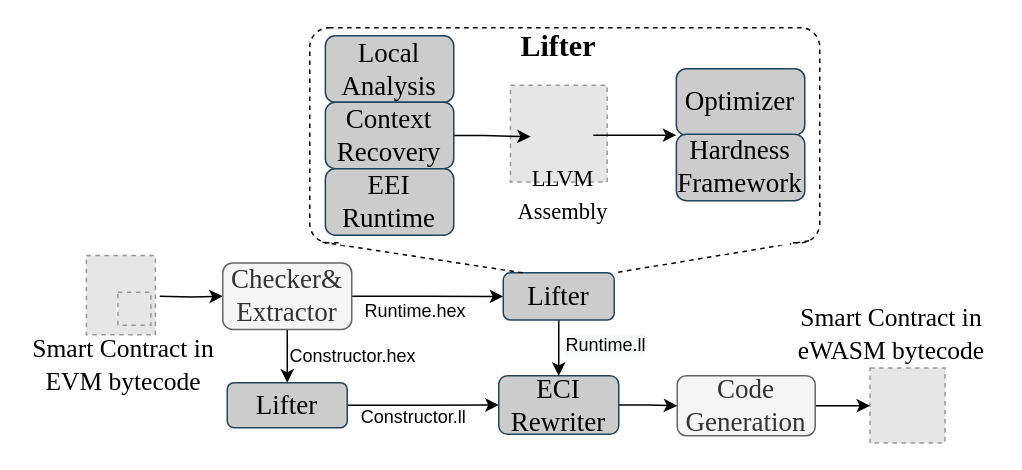
The draw.io diagram page "Copy of overlook" (2 of 13) of Untitled Diagram.drawio in Kenun99/drawio.repo, before the edit. Source tidied: cells renumbered, new cells numbered last; positions are measured from the earlier drawing's top-left corner, leaving out a move shared by most shapes. Both pictures are drawn from the tidied source at 150%, with x=0, y=0 at pixel (26, 27). Pictures stored in the file or linked from it are replaced by grey dashed boxes.
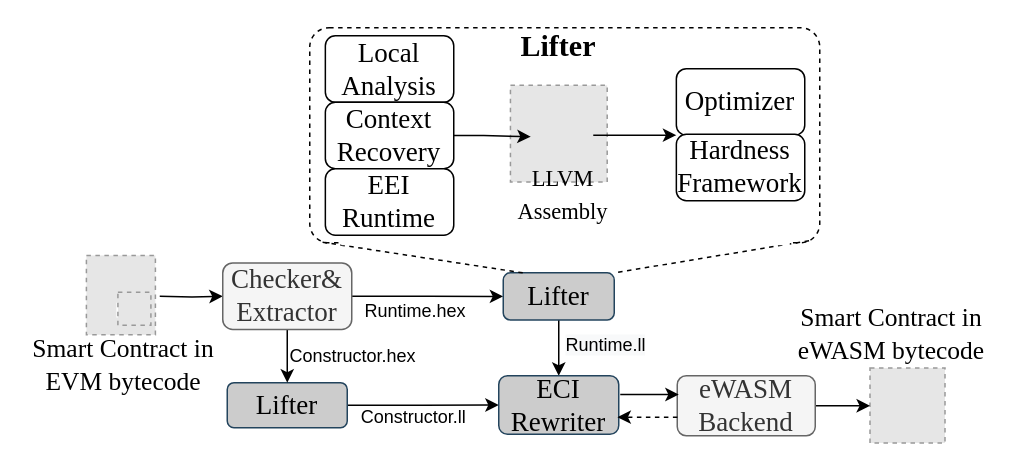
The same diagram, later.

The change refers to these unchanged cells:
```xml
<mxCell id="21" value="ECI Rewriter" style="rounded=1;whiteSpace=wrap;html=1;labelBackgroundColor=none;fontFamily=Times New Roman;fontSize=18;strokeColor=#23445d;strokeWidth=1;fillColor=#CCCCCC;fontStyle=0;" parent="1" vertex="1">
  <mxGeometry x="315" y="232" width="80" height="39" as="geometry" />
</mxCell>
```

What changed in the source:
```diff
@@
-    <mxCell id="10" value="Code&lt;br&gt;Generation" style="rounded=1;whiteSpace=wrap;html=1;labelBackgroundColor=none;fontFamily=Times New Roman;fontSize=18;strokeColor=#666666;strokeWidth=1;fillColor=#f5f5f5;fontColor=#333333;" parent="1" vertex="1">
+    <mxCell id="10" value="eWASM&lt;br&gt;Backend" style="rounded=1;whiteSpace=wrap;html=1;labelBackgroundColor=none;fontFamily=Times New Roman;fontSize=18;strokeColor=#666666;strokeWidth=1;fillColor=#f5f5f5;fontColor=#333333;" parent="1" vertex="1">
       <mxGeometry x="434" y="232" width="92" height="40" as="geometry" />
     </mxCell>
@@
-    <mxCell id="13" value="&lt;font style=&quot;font-size: 20px&quot;&gt;Lifter&lt;/font&gt;" style="text;html=1;strokeColor=none;fillColor=none;align=center;verticalAlign=middle;whiteSpace=wrap;rounded=0;dashed=1;fontFamily=Times New Roman;fontSize=18;fontStyle=1;" parent="1" vertex="1">
+    <mxCell id="13" value="&lt;font style=&quot;font-size: 20px&quot;&gt;Lifter&lt;/font&gt;" style="text;html=1;align=center;verticalAlign=middle;whiteSpace=wrap;rounded=0;dashed=1;fontFamily=Times New Roman;fontSize=18;fontStyle=1;" parent="1" vertex="1">
       <mxGeometry x="325" y="3" width="60" height="17" as="geometry" />
     </mxCell>
@@
-    <mxCell id="20" style="edgeStyle=orthogonalEdgeStyle;rounded=0;jettySize=auto;html=1;" parent="1" edge="1" source="21" target="10">
-      <mxGeometry relative="1" as="geometry" />
+    <mxCell id="20" style="edgeStyle=orthogonalEdgeStyle;rounded=0;orthogonalLoop=1;jettySize=auto;html=1;" parent="1" edge="1">
+      <mxGeometry relative="1" as="geometry">
+        <mxPoint x="396" y="244.5" as="sourcePoint" />
+        <mxPoint x="435" y="245" as="targetPoint" />
+      </mxGeometry>
     </mxCell>
@@
-    <mxCell id="26" value="Optimizer" style="rounded=1;whiteSpace=wrap;html=1;fontFamily=Times New Roman;fontSize=18;fillColor=#CCCCCC;strokeColor=#23445d;gradientColor=none;" parent="1" vertex="1">
+    <mxCell id="26" value="Optimizer" style="rounded=1;whiteSpace=wrap;html=1;fontFamily=Times New Roman;fontSize=18;" parent="1" vertex="1">
       <mxGeometry x="433.4" y="27.3" width="85.6" height="44.3" as="geometry" />
     </mxCell>
-    <mxCell id="27" value="Hardness Framework" style="rounded=1;whiteSpace=wrap;html=1;fontFamily=Times New Roman;fontSize=18;fillColor=#CCCCCC;strokeColor=#23445d;gradientColor=none;" parent="1" vertex="1">
+    <mxCell id="27" value="Hardness Framework" style="rounded=1;whiteSpace=wrap;html=1;fontFamily=Times New Roman;fontSize=18;" parent="1" vertex="1">
       <mxGeometry x="433.4" y="71" width="85.6" height="44.3" as="geometry" />
     </mxCell>
-    <mxCell id="28" value="&lt;span style=&quot;font-size: 15px&quot;&gt;&lt;font color=&quot;#000000&quot; style=&quot;font-size: 15px&quot;&gt;LLVM &lt;br&gt;Assembly&lt;/font&gt;&lt;/span&gt;" style="text;html=1;strokeColor=none;fillColor=none;align=center;verticalAlign=middle;whiteSpace=wrap;rounded=0;labelBackgroundColor=none;fontFamily=Times New Roman;fontSize=18;fontColor=#666666;" parent="1" vertex="1">
+    <mxCell id="28" value="&lt;span style=&quot;font-size: 15px&quot;&gt;&lt;font color=&quot;#000000&quot; style=&quot;font-size: 15px&quot;&gt;LLVM &lt;br&gt;Assembly&lt;/font&gt;&lt;/span&gt;" style="text;html=1;align=center;verticalAlign=middle;whiteSpace=wrap;rounded=0;labelBackgroundColor=none;fontFamily=Times New Roman;fontSize=18;" parent="1" vertex="1">
       <mxGeometry x="318.4" y="94" width="79.8" height="33.6" as="geometry" />
     </mxCell>
@@
-    <mxCell id="30" value="Local Analysis" style="rounded=1;whiteSpace=wrap;html=1;fontFamily=Times New Roman;fontSize=18;fillColor=#CCCCCC;strokeColor=#23445d;gradientColor=none;" parent="1" vertex="1">
+    <mxCell id="30" value="Local Analysis" style="rounded=1;whiteSpace=wrap;html=1;fontFamily=Times New Roman;fontSize=18;" parent="1" vertex="1">
       <mxGeometry x="199.4" y="5.4" width="85.6" height="44.3" as="geometry" />
     </mxCell>
@@
-    <mxCell id="32" value="Context Recovery" style="rounded=1;whiteSpace=wrap;html=1;fontFamily=Times New Roman;fontSize=18;fillColor=#CCCCCC;strokeColor=#23445d;gradientColor=none;" parent="1" vertex="1">
+    <mxCell id="32" value="Context Recovery" style="rounded=1;whiteSpace=wrap;html=1;fontFamily=Times New Roman;fontSize=18;" parent="1" vertex="1">
       <mxGeometry x="199.4" y="49.7" width="85.6" height="44.3" as="geometry" />
     </mxCell>
-    <mxCell id="33" value="EEI Runtime" style="rounded=1;whiteSpace=wrap;html=1;fontFamily=Times New Roman;fontSize=18;fillColor=#CCCCCC;strokeColor=#23445d;gradientColor=none;" parent="1" vertex="1">
+    <mxCell id="33" value="EEI Runtime" style="rounded=1;whiteSpace=wrap;html=1;fontFamily=Times New Roman;fontSize=18;" parent="1" vertex="1">
       <mxGeometry x="199.4" y="94" width="85.6" height="44.3" as="geometry" />
     </mxCell>
@@
+    <mxCell id="42" style="endArrow=classic;html=1;rounded=0;dashed=1;" parent="1" edge="1">
+      <mxGeometry relative="1" as="geometry">
+        <mxPoint x="434.1" y="259.6" as="sourcePoint" />
+        <mxPoint x="394.1" y="259.6" as="targetPoint" />
+      </mxGeometry>
+    </mxCell>
```
